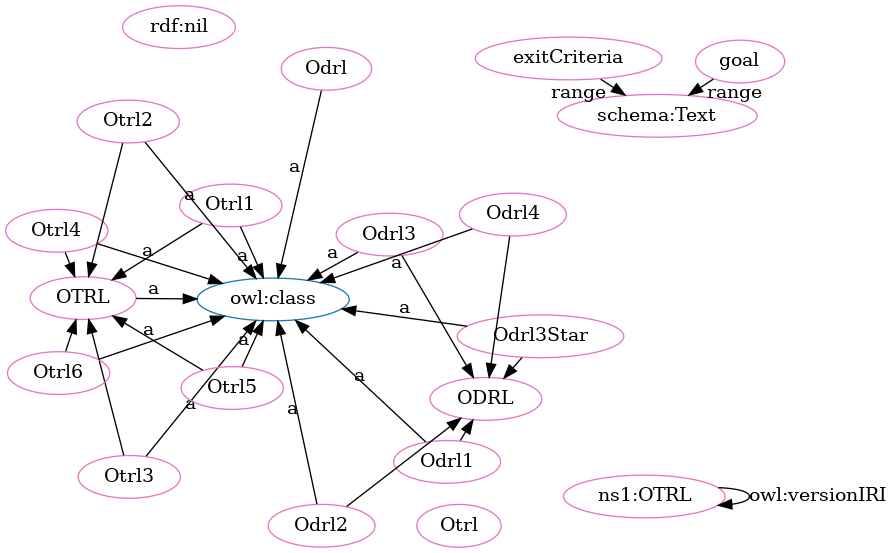
OPEN-NEXT/OKH-LOSH keeps this Graphviz diagram as OTRL-clean.png. Above is the earlier version. Its source is kept beside it as OTRL-clean.dot.
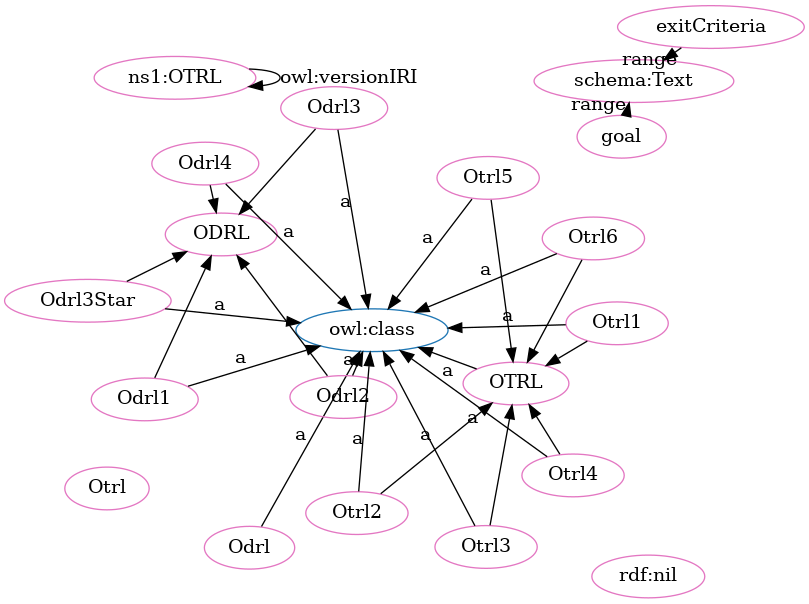
The same diagram one commit later.

What changed in the source:
```diff
@@ -1,54 +1,54 @@
 digraph G {
   rankdir=BT
   node[height=.3]
-"http://purl.org/oseg/ontologies/OTRL#OTRL" [fillcolor="#1f77b4" color="#1f77b4" label="OTRL"]
 "http://purl.org/oseg/ontologies/OTRL#ODRL" [fillcolor="#1f77b4" color="#1f77b4" label="ODRL"]
 "http://www.w3.org/2002/07/owl#class" [fillcolor="#1f77b4" color="#1f77b4" label="owl:class"]
+"http://purl.org/oseg/ontologies/OTRL#OTRL" [fillcolor="#1f77b4" color="#1f77b4" label="OTRL"]
 "http://purl.org/oseg/ontologies/OTRL" [fillcolor="#e377c2" color="#e377c2" label="ns1:OTRL"]
+"http://purl.org/oseg/ontologies/OTRL#Odrl3Star" [fillcolor="#e377c2" color="#e377c2" label="Odrl3Star"]
+"http://purl.org/oseg/ontologies/OTRL#Otrl6" [fillcolor="#e377c2" color="#e377c2" label="Otrl6"]
 "http://purl.org/oseg/ontologies/OTRL#ODRL" [fillcolor="#e377c2" color="#e377c2" label="ODRL"]
-"http://purl.org/oseg/ontologies/OTRL#exitCriteria" [fillcolor="#e377c2" color="#e377c2" label="exitCriteria"]
-"http://purl.org/oseg/ontologies/OTRL#goal" [fillcolor="#e377c2" color="#e377c2" label="goal"]
+"http://purl.org/oseg/ontologies/OTRL#Odrl4" [fillcolor="#e377c2" color="#e377c2" label="Odrl4"]
+"http://schema.org/Text" [fillcolor="#e377c2" color="#e377c2" label="schema:Text"]
 "http://purl.org/oseg/ontologies/OTRL#OTRL" [fillcolor="#e377c2" color="#e377c2" label="OTRL"]
-"http://purl.org/oseg/ontologies/OTRL#Otrl4" [fillcolor="#e377c2" color="#e377c2" label="Otrl4"]
 "http://purl.org/oseg/ontologies/OTRL#Odrl" [fillcolor="#e377c2" color="#e377c2" label="Odrl"]
 "http://www.w3.org/1999/02/22-rdf-syntax-ns#nil" [fillcolor="#e377c2" color="#e377c2" label="rdf:nil"]
+"http://purl.org/oseg/ontologies/OTRL#Otrl" [fillcolor="#e377c2" color="#e377c2" label="Otrl"]
+"http://purl.org/oseg/ontologies/OTRL#Otrl3" [fillcolor="#e377c2" color="#e377c2" label="Otrl3"]
+"http://purl.org/oseg/ontologies/OTRL#Odrl1" [fillcolor="#e377c2" color="#e377c2" label="Odrl1"]
+"http://purl.org/oseg/ontologies/OTRL#Odrl2" [fillcolor="#e377c2" color="#e377c2" label="Odrl2"]
+"http://purl.org/oseg/ontologies/OTRL#Otrl4" [fillcolor="#e377c2" color="#e377c2" label="Otrl4"]
+"http://purl.org/oseg/ontologies/OTRL#Otrl2" [fillcolor="#e377c2" color="#e377c2" label="Otrl2"]
+"http://purl.org/oseg/ontologies/OTRL#exitCriteria" [fillcolor="#e377c2" color="#e377c2" label="exitCriteria"]
 "http://purl.org/oseg/ontologies/OTRL#Otrl1" [fillcolor="#e377c2" color="#e377c2" label="Otrl1"]
-"http://purl.org/oseg/ontologies/OTRL#Otrl3" [fillcolor="#e377c2" color="#e377c2" label="Otrl3"]
+"http://purl.org/oseg/ontologies/OTRL#goal" [fillcolor="#e377c2" color="#e377c2" label="goal"]
 "http://purl.org/oseg/ontologies/OTRL#Otrl5" [fillcolor="#e377c2" color="#e377c2" label="Otrl5"]
 "http://purl.org/oseg/ontologies/OTRL#Odrl3" [fillcolor="#e377c2" color="#e377c2" label="Odrl3"]
-"http://schema.org/Text" [fillcolor="#e377c2" color="#e377c2" label="schema:Text"]
-"http://purl.org/oseg/ontologies/OTRL#Odrl1" [fillcolor="#e377c2" color="#e377c2" label="Odrl1"]
-"http://purl.org/oseg/ontologies/OTRL#Odrl2" [fillcolor="#e377c2" color="#e377c2" label="Odrl2"]
-"http://purl.org/oseg/ontologies/OTRL#Otrl6" [fillcolor="#e377c2" color="#e377c2" label="Otrl6"]
-"http://purl.org/oseg/ontologies/OTRL#Odrl3Star" [fillcolor="#e377c2" color="#e377c2" label="Odrl3Star"]
-"http://purl.org/oseg/ontologies/OTRL#Odrl4" [fillcolor="#e377c2" color="#e377c2" label="Odrl4"]
-"http://purl.org/oseg/ontologies/OTRL#Otrl" [fillcolor="#e377c2" color="#e377c2" label="Otrl"]
-"http://purl.org/oseg/ontologies/OTRL#Otrl2" [fillcolor="#e377c2" color="#e377c2" label="Otrl2"]
+  "http://purl.org/oseg/ontologies/OTRL#Odrl3Star" -> "http://www.w3.org/2002/07/owl#class" [label="a"]
+  "http://purl.org/oseg/ontologies/OTRL" -> "http://purl.org/oseg/ontologies/OTRL" [label="owl:versionIRI"]
+  "http://purl.org/oseg/ontologies/OTRL#Otrl2" -> "http://purl.org/oseg/ontologies/OTRL#OTRL" [label=""]
   "http://purl.org/oseg/ontologies/OTRL#Otrl1" -> "http://purl.org/oseg/ontologies/OTRL#OTRL" [label=""]
   "http://purl.org/oseg/ontologies/OTRL#Otrl5" -> "http://purl.org/oseg/ontologies/OTRL#OTRL" [label=""]
-  "http://purl.org/oseg/ontologies/OTRL#Odrl3" -> "http://purl.org/oseg/ontologies/OTRL#ODRL" [label=""]
+  "http://purl.org/oseg/ontologies/OTRL#Otrl3" -> "http://www.w3.org/2002/07/owl#class" [label="a"]
   "http://purl.org/oseg/ontologies/OTRL#Otrl1" -> "http://www.w3.org/2002/07/owl#class" [label="a"]
-  "http://purl.org/oseg/ontologies/OTRL#Otrl5" -> "http://www.w3.org/2002/07/owl#class" [label="a"]
+  "http://purl.org/oseg/ontologies/OTRL#Odrl1" -> "http://purl.org/oseg/ontologies/OTRL#ODRL" [label=""]
+  "http://purl.org/oseg/ontologies/OTRL#Otrl6" -> "http://www.w3.org/2002/07/owl#class" [label="a"]
+  "http://purl.org/oseg/ontologies/OTRL#Odrl4" -> "http://purl.org/oseg/ontologies/OTRL#ODRL" [label=""]
+  "http://purl.org/oseg/ontologies/OTRL#Odrl4" -> "http://www.w3.org/2002/07/owl#class" [label="a"]
+  "http://purl.org/oseg/ontologies/OTRL#goal" -> "http://schema.org/Text" [label="range"]
+  "http://purl.org/oseg/ontologies/OTRL#OTRL" -> "http://www.w3.org/2002/07/owl#class" [label="a"]
+  "http://purl.org/oseg/ontologies/OTRL#exitCriteria" -> "http://schema.org/Text" [label="range"]
+  "http://purl.org/oseg/ontologies/OTRL#Odrl1" -> "http://www.w3.org/2002/07/owl#class" [label="a"]
+  "http://purl.org/oseg/ontologies/OTRL#Odrl" -> "http://www.w3.org/2002/07/owl#class" [label="a"]
   "http://purl.org/oseg/ontologies/OTRL#Odrl2" -> "http://purl.org/oseg/ontologies/OTRL#ODRL" [label=""]
-  "http://purl.org/oseg/ontologies/OTRL#Odrl1" -> "http://www.w3.org/2002/07/owl#class" [label="a"]
-  "http://purl.org/oseg/ontologies/OTRL#OTRL" -> "http://www.w3.org/2002/07/owl#class" [label="a"]
-  "http://purl.org/oseg/ontologies/OTRL#Odrl4" -> "http://www.w3.org/2002/07/owl#class" [label="a"]
+  "http://purl.org/oseg/ontologies/OTRL#Odrl2" -> "http://www.w3.org/2002/07/owl#class" [label="a"]
   "http://purl.org/oseg/ontologies/OTRL#Otrl4" -> "http://purl.org/oseg/ontologies/OTRL#OTRL" [label=""]
-  "http://purl.org/oseg/ontologies/OTRL#Otrl2" -> "http://purl.org/oseg/ontologies/OTRL#OTRL" [label=""]
-  "http://purl.org/oseg/ontologies/OTRL" -> "http://purl.org/oseg/ontologies/OTRL" [label="owl:versionIRI"]
-  "http://purl.org/oseg/ontologies/OTRL#Odrl3Star" -> "http://purl.org/oseg/ontologies/OTRL#ODRL" [label=""]
-  "http://purl.org/oseg/ontologies/OTRL#Otrl3" -> "http://purl.org/oseg/ontologies/OTRL#OTRL" [label=""]
   "http://purl.org/oseg/ontologies/OTRL#Otrl4" -> "http://www.w3.org/2002/07/owl#class" [label="a"]
   "http://purl.org/oseg/ontologies/OTRL#Otrl6" -> "http://purl.org/oseg/ontologies/OTRL#OTRL" [label=""]
-  "http://purl.org/oseg/ontologies/OTRL#Odrl" -> "http://www.w3.org/2002/07/owl#class" [label="a"]
-  "http://purl.org/oseg/ontologies/OTRL#Otrl3" -> "http://www.w3.org/2002/07/owl#class" [label="a"]
+  "http://purl.org/oseg/ontologies/OTRL#Odrl3Star" -> "http://purl.org/oseg/ontologies/OTRL#ODRL" [label=""]
+  "http://purl.org/oseg/ontologies/OTRL#Otrl2" -> "http://www.w3.org/2002/07/owl#class" [label="a"]
+  "http://purl.org/oseg/ontologies/OTRL#Otrl5" -> "http://www.w3.org/2002/07/owl#class" [label="a"]
+  "http://purl.org/oseg/ontologies/OTRL#Otrl3" -> "http://purl.org/oseg/ontologies/OTRL#OTRL" [label=""]
+  "http://purl.org/oseg/ontologies/OTRL#Odrl3" -> "http://purl.org/oseg/ontologies/OTRL#ODRL" [label=""]
   "http://purl.org/oseg/ontologies/OTRL#Odrl3" -> "http://www.w3.org/2002/07/owl#class" [label="a"]
-  "http://purl.org/oseg/ontologies/OTRL#exitCriteria" -> "http://schema.org/Text" [label="range"]
-  "http://purl.org/oseg/ontologies/OTRL#goal" -> "http://schema.org/Text" [label="range"]
-  "http://purl.org/oseg/ontologies/OTRL#Odrl4" -> "http://purl.org/oseg/ontologies/OTRL#ODRL" [label=""]
-  "http://purl.org/oseg/ontologies/OTRL#Odrl2" -> "http://www.w3.org/2002/07/owl#class" [label="a"]
-  "http://purl.org/oseg/ontologies/OTRL#Otrl6" -> "http://www.w3.org/2002/07/owl#class" [label="a"]
-  "http://purl.org/oseg/ontologies/OTRL#Odrl3Star" -> "http://www.w3.org/2002/07/owl#class" [label="a"]
-  "http://purl.org/oseg/ontologies/OTRL#Otrl2" -> "http://www.w3.org/2002/07/owl#class" [label="a"]
-  "http://purl.org/oseg/ontologies/OTRL#Odrl1" -> "http://purl.org/oseg/ontologies/OTRL#ODRL" [label=""]
 }
```
